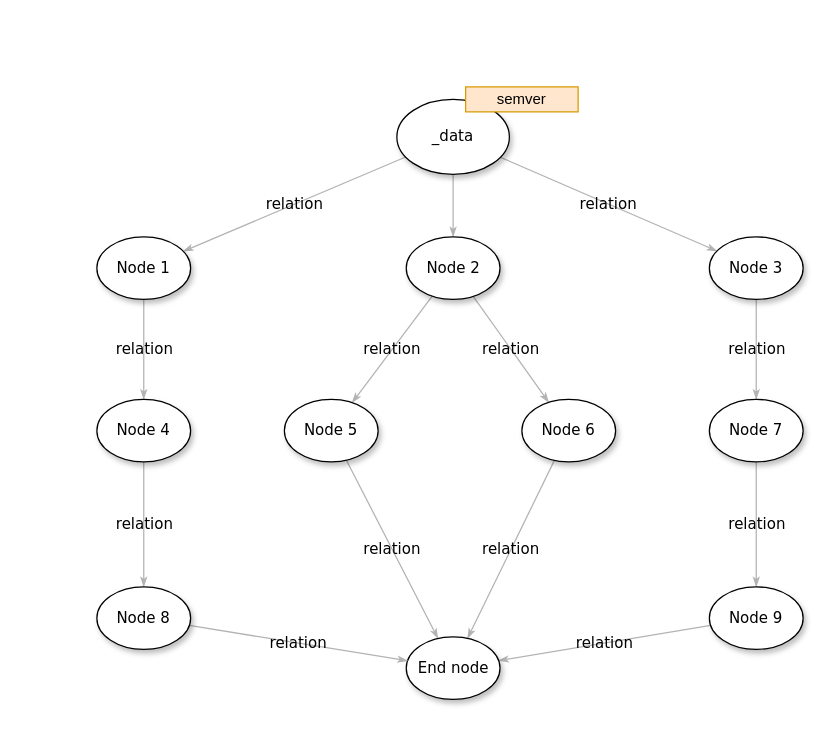
Above: mlnckme/mlnck.me.drawio in mlnck/mlnck-public (draw.io), before the change. Source tidied: cells renumbered, new cells numbered last; positions are measured from the earlier drawing's top-left corner, leaving out a move shared by most shapes. Both pictures are drawn from the tidied source at 125%, with x=0, y=0 at pixel (96, 86).
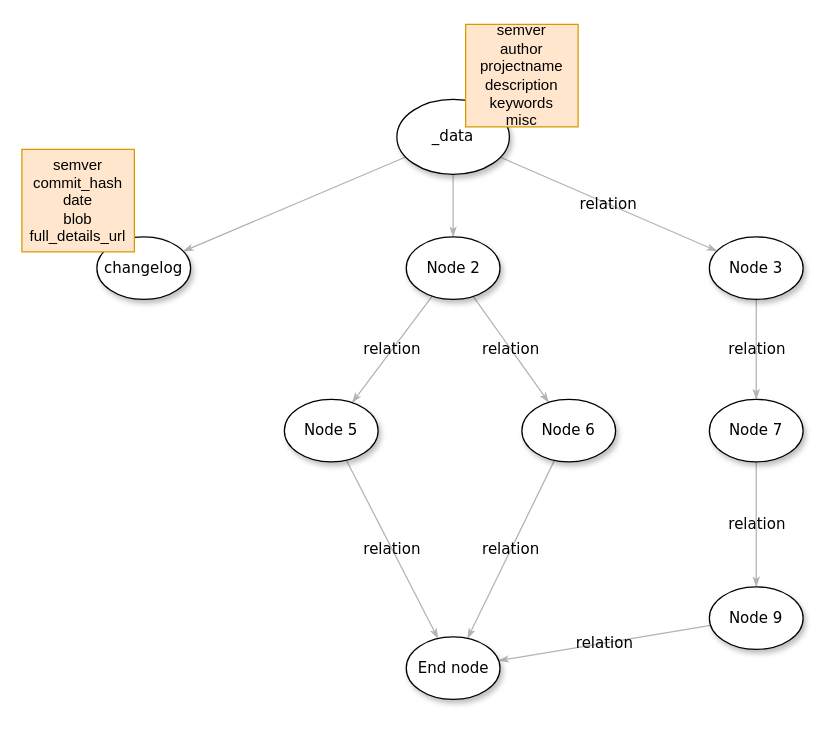
The same page after the edit.

The change refers to these unchanged cells:
```xml
<mxCell id="5" value="_data" style="ellipse;whiteSpace=wrap;html=1;rounded=0;shadow=1;comic=0;labelBackgroundColor=none;strokeWidth=1;fontFamily=Verdana;fontSize=12;align=center;" parent="1" vertex="1">
  <mxGeometry x="240" y="10" width="90" height="60" as="geometry" />
</mxCell>
<mxCell id="19" value="End node" style="ellipse;whiteSpace=wrap;html=1;rounded=0;shadow=1;comic=0;labelBackgroundColor=none;strokeWidth=1;fontFamily=Verdana;fontSize=12;align=center;" parent="1" vertex="1">
  <mxGeometry x="247.5" y="440" width="75" height="50" as="geometry" />
</mxCell>
```

Diff of the diagram source:
```diff
@@
-    <mxCell id="3" value="relation" style="edgeStyle=none;rounded=1;html=1;labelBackgroundColor=none;startArrow=none;startFill=0;startSize=5;endArrow=classicThin;endFill=1;endSize=5;jettySize=auto;strokeColor=#B3B3B3;strokeWidth=1;fontFamily=Verdana;fontSize=12;" parent="1" edge="1" source="5" target="21">
+    <mxCell id="3" style="edgeStyle=none;rounded=1;html=1;labelBackgroundColor=none;startArrow=none;startFill=0;startSize=5;endArrow=classicThin;endFill=1;endSize=5;jettySize=auto;strokeColor=#B3B3B3;strokeWidth=1;fontFamily=Verdana;fontSize=12;" parent="1" edge="1" source="5" target="21">
       <mxGeometry relative="1" as="geometry" />
     </mxCell>
@@
-    <mxCell id="20" value="relation" style="edgeStyle=none;rounded=1;html=1;labelBackgroundColor=none;startArrow=none;startFill=0;startSize=5;endArrow=classicThin;endFill=1;endSize=5;jettySize=auto;strokeColor=#B3B3B3;strokeWidth=1;fontFamily=Verdana;fontSize=12;" parent="1" edge="1" source="21" target="23">
-      <mxGeometry relative="1" as="geometry" />
-    </mxCell>
-    <mxCell id="21" value="Node 1" style="ellipse;whiteSpace=wrap;html=1;rounded=0;shadow=1;comic=0;labelBackgroundColor=none;strokeWidth=1;fontFamily=Verdana;fontSize=12;align=center;" parent="1" vertex="1">
+    <mxCell id="21" value="changelog" style="ellipse;whiteSpace=wrap;html=1;rounded=0;shadow=1;comic=0;labelBackgroundColor=none;strokeWidth=1;fontFamily=Verdana;fontSize=12;align=center;" parent="1" vertex="1">
       <mxGeometry y="120" width="75" height="50" as="geometry" />
     </mxCell>
-    <mxCell id="22" value="relation" style="edgeStyle=none;rounded=1;html=1;labelBackgroundColor=none;startArrow=none;startFill=0;startSize=5;endArrow=classicThin;endFill=1;endSize=5;jettySize=auto;strokeColor=#B3B3B3;strokeWidth=1;fontFamily=Verdana;fontSize=12;" parent="1" edge="1" source="23" target="25">
-      <mxGeometry relative="1" as="geometry" />
-    </mxCell>
-    <mxCell id="23" value="&lt;span&gt;Node 4&lt;/span&gt;" style="ellipse;whiteSpace=wrap;html=1;rounded=0;shadow=1;comic=0;labelBackgroundColor=none;strokeWidth=1;fontFamily=Verdana;fontSize=12;align=center;" parent="1" vertex="1">
-      <mxGeometry y="250" width="75" height="50" as="geometry" />
-    </mxCell>
-    <mxCell id="24" value="relation" style="edgeStyle=none;rounded=1;html=1;labelBackgroundColor=none;startArrow=none;startFill=0;startSize=5;endArrow=classicThin;endFill=1;endSize=5;jettySize=auto;strokeColor=#B3B3B3;strokeWidth=1;fontFamily=Verdana;fontSize=12;" parent="1" edge="1" source="25" target="19">
-      <mxGeometry relative="1" as="geometry" />
-    </mxCell>
-    <mxCell id="25" value="&lt;span&gt;Node 8&lt;/span&gt;" style="ellipse;whiteSpace=wrap;html=1;rounded=0;shadow=1;comic=0;labelBackgroundColor=none;strokeWidth=1;fontFamily=Verdana;fontSize=12;align=center;" parent="1" vertex="1">
-      <mxGeometry y="400" width="75" height="50" as="geometry" />
-    </mxCell>
-    <mxCell id="26" value="semver" style="rounded=0;whiteSpace=wrap;html=1;fillColor=#ffe6cc;strokeColor=#d79b00;" parent="1" vertex="1">
-      <mxGeometry x="295" width="90" height="20" as="geometry" />
+    <mxCell id="26" value="semver&lt;br&gt;author&lt;br&gt;projectname&lt;br&gt;description&lt;br&gt;keywords&lt;br&gt;misc" style="rounded=0;whiteSpace=wrap;html=1;fillColor=#ffe6cc;strokeColor=#d79b00;" parent="1" vertex="1">
+      <mxGeometry x="295" y="-50" width="90" height="82" as="geometry" />
     </mxCell>
+    <mxCell id="27" value="semver&lt;br&gt;commit_hash&lt;br&gt;date&lt;br&gt;blob&lt;br&gt;full_details_url" style="rounded=0;whiteSpace=wrap;html=1;fillColor=#ffe6cc;strokeColor=#d79b00;" parent="1" vertex="1">
+      <mxGeometry x="-60" y="50" width="90" height="82" as="geometry" />
+    </mxCell>
```
